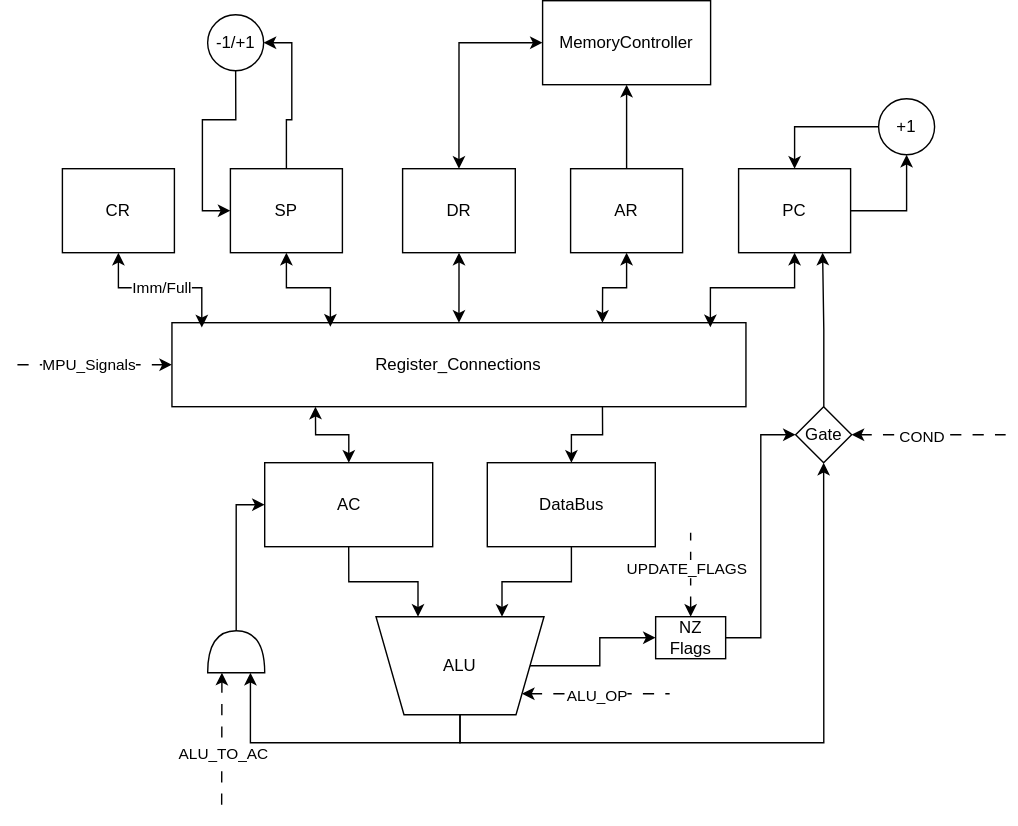
The draw.io diagram datapath.svg in zhabka-zadushnila/csa_lab4, before a commit. Source tidied: cells renumbered, new cells last; positions are measured from the earlier drawing's top-left corner, leaving out a move shared by most shapes.
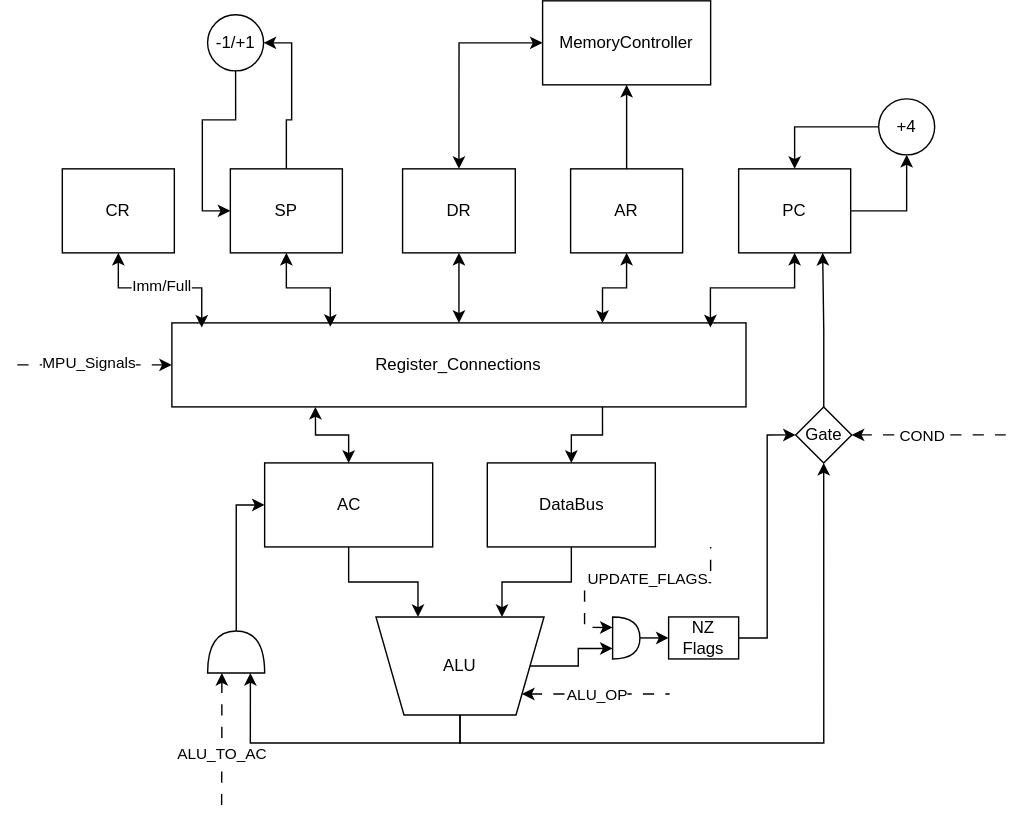
The same file after the commit.

Diff of the diagram source:
```diff
@@ -62,7 +62,7 @@
     <mxCell id="19" style="edgeStyle=orthogonalEdgeStyle;rounded=0;jettySize=auto;html=1;entryX=0.5;entryY=1;entryDx=0;entryDy=0;exitX=0.5;exitY=0;exitDx=0;exitDy=0;" parent="1" edge="1" source="21" target="40">
       <mxGeometry relative="1" as="geometry" />
     </mxCell>
-    <mxCell id="20" style="edgeStyle=orthogonalEdgeStyle;rounded=0;jettySize=auto;html=1;entryX=0;entryY=0.5;entryDx=0;entryDy=0;" parent="1" edge="1" source="21" target="48">
+    <mxCell id="20" style="edgeStyle=orthogonalEdgeStyle;rounded=0;jettySize=auto;html=1;entryX=0;entryY=0.75;entryDx=0;entryDy=0;entryPerimeter=0;" parent="1" edge="1" source="21" target="50">
       <mxGeometry relative="1" as="geometry" />
     </mxCell>
     <mxCell id="21" value="ALU" style="shape=trapezoid;perimeter=trapezoidPerimeter;whiteSpace=wrap;html=1;fixedSize=1;direction=west;" parent="1" vertex="1">
@@ -106,7 +106,7 @@
     <mxCell id="33" style="edgeStyle=orthogonalEdgeStyle;rounded=0;jettySize=auto;html=1;entryX=0.5;entryY=0;entryDx=0;entryDy=0;" parent="1" edge="1" source="34" target="3">
       <mxGeometry relative="1" as="geometry" />
     </mxCell>
-    <mxCell id="34" value="+1" style="ellipse;whiteSpace=wrap;html=1;" parent="1" vertex="1">
+    <mxCell id="34" value="+4" style="ellipse;whiteSpace=wrap;html=1;" parent="1" vertex="1">
       <mxGeometry x="620" y="70" width="40" height="40" as="geometry" />
     </mxCell>
     <mxCell id="35" style="edgeStyle=orthogonalEdgeStyle;rounded=0;jettySize=auto;html=1;entryX=0;entryY=0.5;entryDx=0;entryDy=0;" parent="1" edge="1" source="36" target="10">
@@ -146,16 +146,22 @@
     <mxCell id="45" style="edgeStyle=orthogonalEdgeStyle;rounded=0;jettySize=auto;html=1;entryX=0;entryY=0.5;entryDx=0;entryDy=0;" parent="1" edge="1" source="48" target="40">
       <mxGeometry relative="1" as="geometry" />
     </mxCell>
-    <mxCell id="46" style="edgeStyle=orthogonalEdgeStyle;rounded=0;jettySize=auto;html=1;startArrow=classic;startFill=1;endArrow=none;endFill=0;dashed=1;dashPattern=8 8;" parent="1" edge="1" source="48">
+    <mxCell id="46" style="edgeStyle=orthogonalEdgeStyle;rounded=0;jettySize=auto;html=1;startArrow=classic;startFill=1;endArrow=none;endFill=0;dashed=1;dashPattern=8 8;exitX=0;exitY=0.25;exitDx=0;exitDy=0;exitPerimeter=0;" parent="1" edge="1" source="50">
       <mxGeometry relative="1" as="geometry">
-        <mxPoint x="485.8" y="380" as="targetPoint" />
+        <mxPoint x="500" y="390" as="targetPoint" />
       </mxGeometry>
     </mxCell>
     <mxCell id="47" value="UPDATE_FLAGS" style="edgeLabel;html=1;align=center;verticalAlign=middle;" parent="46" vertex="1">
       <mxGeometry x="0.15" y="3" relative="1" as="geometry" />
     </mxCell>
     <mxCell id="48" value="NZ Flags" style="whiteSpace=wrap;html=1;" parent="1" vertex="1">
-      <mxGeometry x="460.8" y="440" width="50" height="30" as="geometry" />
+      <mxGeometry x="470" y="440" width="50" height="30" as="geometry" />
     </mxCell>
+    <mxCell id="49" style="edgeStyle=orthogonalEdgeStyle;rounded=0;jettySize=auto;html=1;entryX=0;entryY=0.5;entryDx=0;entryDy=0;exitX=1;exitY=0.5;exitDx=0;exitDy=0;exitPerimeter=0;" parent="1" edge="1" source="50" target="48">
+      <mxGeometry relative="1" as="geometry" />
+    </mxCell>
+    <mxCell id="50" style="shape=or;whiteSpace=wrap;html=1;" parent="1" vertex="1">
+      <mxGeometry x="430" y="440" width="19.5" height="30" as="geometry" />
+    </mxCell>
   </root>
 </mxGraphModel>
```
